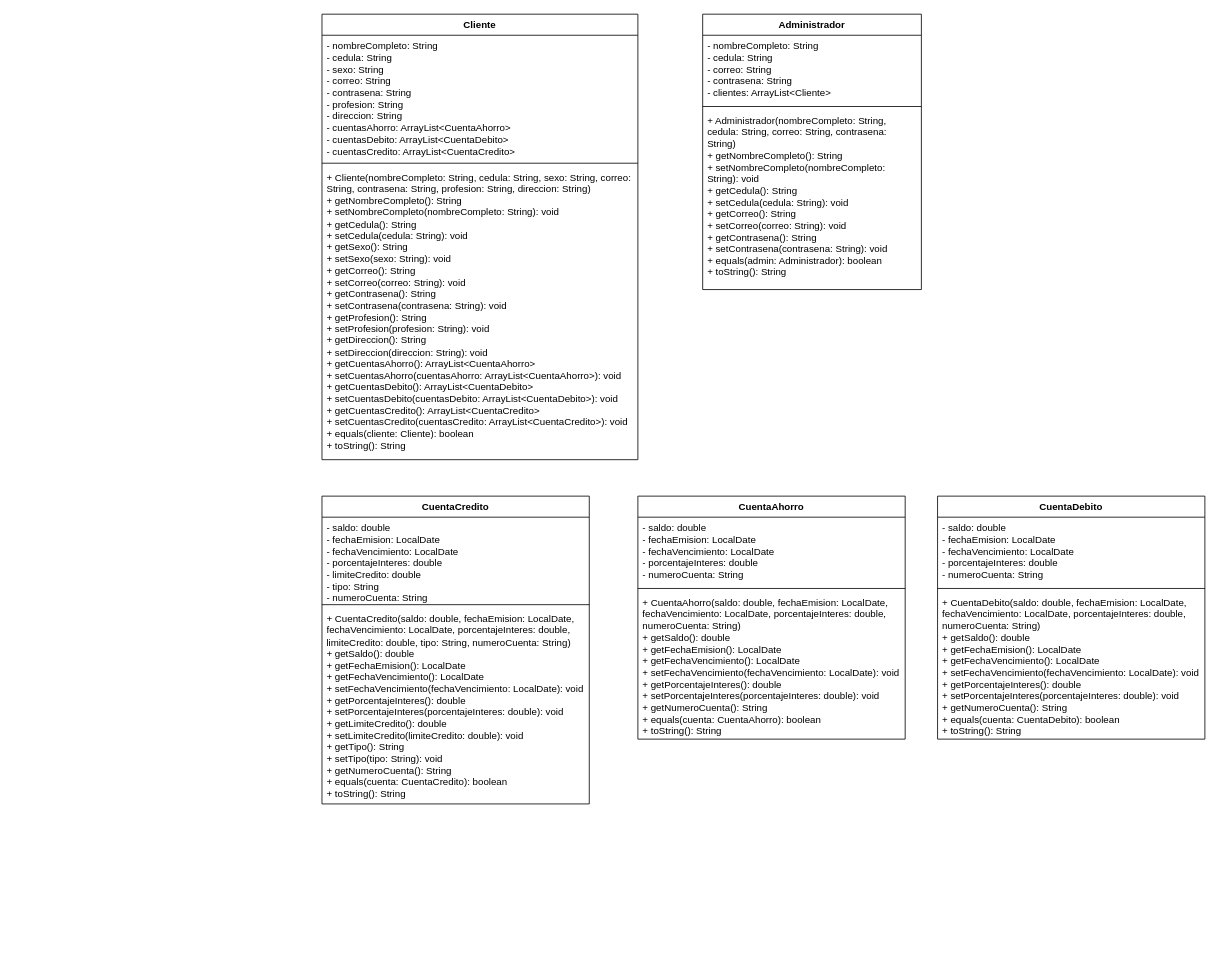
The draw.io diagram docs/Bank Account Management System UML.drawio in sa1xs/bank-account-management-system, before the edit. Source tidied: cells renumbered, new cells numbered last; positions are measured from the earlier drawing's top-left corner, leaving out a move shared by most shapes. Both pictures are drawn from the tidied source at 81%, with x=0, y=0 at pixel (322, 14).
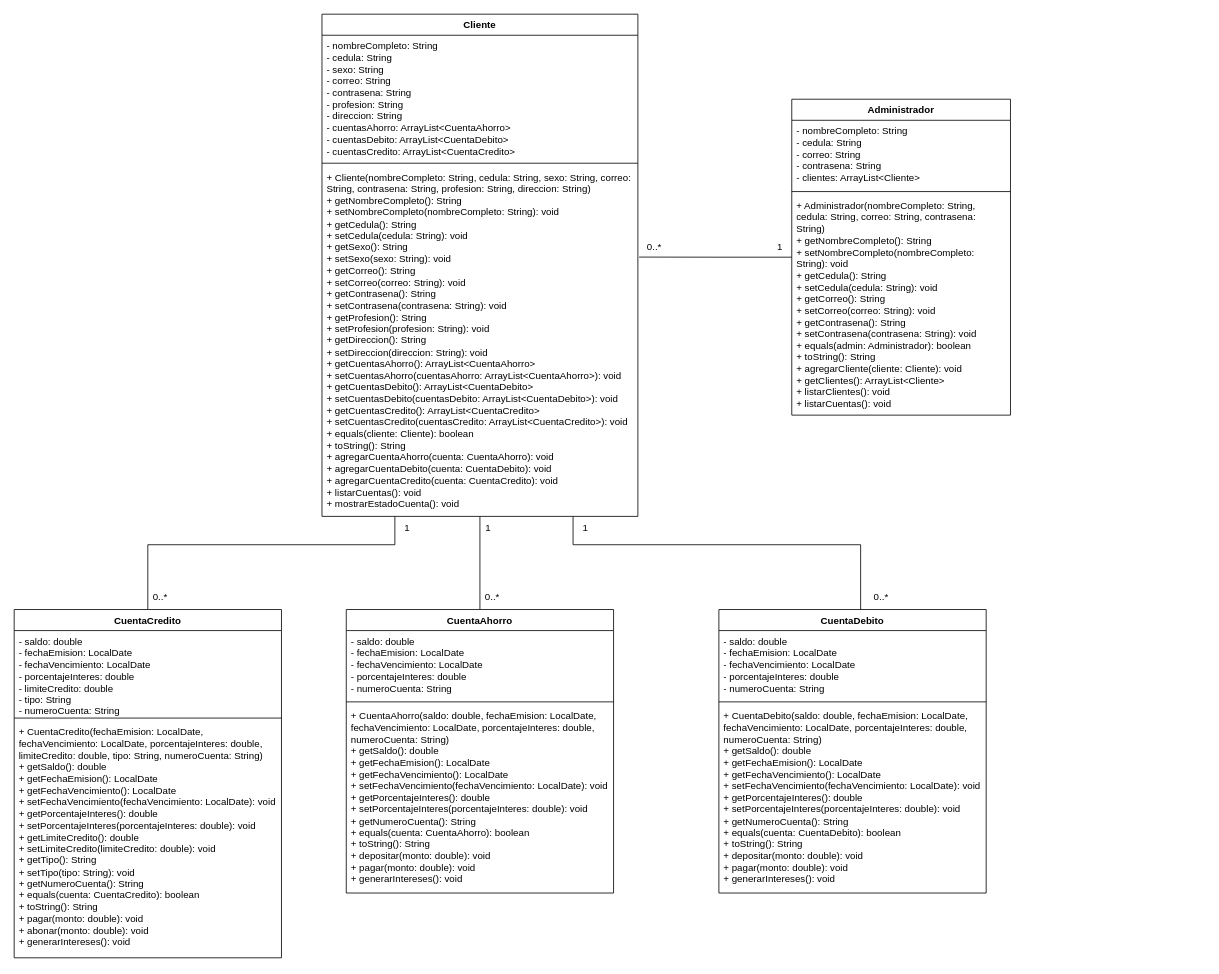
The same page after the edit.

Commit message (it also covers changes not shown here):
docs: finalize UML diagram and add PDF export

Diff of the diagram source:
```diff
@@
     <mxCell id="2" value="Administrador" style="swimlane;fontStyle=1;align=center;verticalAlign=top;horizontal=1;startSize=26;whiteSpace=wrap;html=1;" parent="1" vertex="1">
-      <mxGeometry x="470" width="270" height="340" as="geometry" />
+      <mxGeometry x="580" y="105" width="270" height="390" as="geometry" />
     </mxCell>
@@
-    <mxCell id="5" value="&lt;div&gt;+ Administrador(nombreCompleto: String, cedula: String, correo: String, contrasena: String)&lt;/div&gt;&lt;div&gt;+ getNombreCompleto(): String&lt;/div&gt;&lt;div&gt;+ setNombreCompleto(nombreCompleto: String): void&lt;/div&gt;&lt;div&gt;+ getCedula(): String&lt;/div&gt;&lt;div&gt;+ setCedula(cedula: String): void&lt;/div&gt;&lt;div&gt;+ getCorreo(): String&lt;/div&gt;&lt;div&gt;+ setCorreo(correo: String): void&lt;/div&gt;&lt;div&gt;+ getContrasena(): String&lt;/div&gt;&lt;div&gt;+ setContrasena(contrasena: String): void&lt;/div&gt;&lt;div&gt;+ equals(admin: Administrador): boolean&lt;/div&gt;&lt;div&gt;+ toString(): String&lt;/div&gt;" style="text;strokeColor=none;fillColor=none;align=left;verticalAlign=top;spacingLeft=4;spacingRight=4;overflow=hidden;whiteSpace=wrap;html=1;" parent="2" vertex="1">
-      <mxGeometry y="118" width="270" height="222" as="geometry" />
+    <mxCell id="5" value="&lt;div&gt;+ Administrador(nombreCompleto: String, cedula: String, correo: String, contrasena: String)&lt;/div&gt;&lt;div&gt;+ getNombreCompleto(): String&lt;/div&gt;&lt;div&gt;+ setNombreCompleto(nombreCompleto: String): void&lt;/div&gt;&lt;div&gt;+ getCedula(): String&lt;/div&gt;&lt;div&gt;+ setCedula(cedula: String): void&lt;/div&gt;&lt;div&gt;+ getCorreo(): String&lt;/div&gt;&lt;div&gt;+ setCorreo(correo: String): void&lt;/div&gt;&lt;div&gt;+ getContrasena(): String&lt;/div&gt;&lt;div&gt;+ setContrasena(contrasena: String): void&lt;/div&gt;&lt;div&gt;+ equals(admin: Administrador): boolean&lt;/div&gt;&lt;div&gt;+ toString(): String&lt;/div&gt;&lt;div&gt;&lt;div&gt;+ agregarCliente(cliente: Cliente): void&lt;/div&gt;&lt;div&gt;+ getClientes(): ArrayList&amp;lt;Cliente&amp;gt;&lt;/div&gt;&lt;/div&gt;&lt;div&gt;&lt;div&gt;+ listarClientes(): void&lt;/div&gt;&lt;div&gt;+ listarCuentas(): void&lt;/div&gt;&lt;/div&gt;" style="text;strokeColor=none;fillColor=none;align=left;verticalAlign=top;spacingLeft=4;spacingRight=4;overflow=hidden;whiteSpace=wrap;html=1;" parent="2" vertex="1">
+      <mxGeometry y="118" width="270" height="272" as="geometry" />
     </mxCell>
+    <mxCell id="22" style="edgeStyle=orthogonalEdgeStyle;rounded=0;jettySize=auto;html=1;entryX=0.5;entryY=0;entryDx=0;entryDy=0;endArrow=none;endFill=0;" parent="1" edge="1" source="6" target="10">
+      <mxGeometry relative="1" as="geometry">
+        <Array as="points">
+          <mxPoint x="90" y="655" />
+          <mxPoint x="-215" y="655" />
+        </Array>
+      </mxGeometry>
+    </mxCell>
+    <mxCell id="23" style="edgeStyle=orthogonalEdgeStyle;rounded=0;jettySize=auto;html=1;entryX=0.5;entryY=0;entryDx=0;entryDy=0;startArrow=none;startFill=0;endArrow=none;endFill=0;" parent="1" edge="1" source="6" target="18">
+      <mxGeometry relative="1" as="geometry" />
+    </mxCell>
     <mxCell id="6" value="Cliente" style="swimlane;fontStyle=1;align=center;verticalAlign=top;horizontal=1;startSize=26;whiteSpace=wrap;html=1;" parent="1" vertex="1">
-      <mxGeometry width="390" height="550" as="geometry" />
+      <mxGeometry width="390" height="620" as="geometry" />
     </mxCell>
@@
-    <mxCell id="9" value="&lt;div&gt;+ Cliente(nombreCompleto: String, cedula: String, sexo: String, correo: String, contrasena: String, profesion: String, direccion: String)&lt;/div&gt;&lt;div&gt;+ getNombreCompleto(): String&lt;/div&gt;&lt;div&gt;+ setNombreCompleto(nombreCompleto: String): void&lt;/div&gt;&lt;div&gt;+ getCedula(): String&lt;/div&gt;&lt;div&gt;+ setCedula(cedula: String): void&lt;/div&gt;&lt;div&gt;+ getSexo(): String&lt;/div&gt;&lt;div&gt;+ setSexo(sexo: String): void&lt;/div&gt;&lt;div&gt;+ getCorreo(): String&lt;/div&gt;&lt;div&gt;+ setCorreo(correo: String): void&lt;/div&gt;&lt;div&gt;+ getContrasena(): String&lt;/div&gt;&lt;div&gt;+ setContrasena(contrasena: String): void&lt;/div&gt;&lt;div&gt;+ getProfesion(): String&lt;/div&gt;&lt;div&gt;+ setProfesion(profesion: String): void&lt;/div&gt;&lt;div&gt;+ getDireccion(): String&lt;/div&gt;&lt;div&gt;+ setDireccion(direccion: String): void&lt;/div&gt;&lt;div&gt;+ getCuentasAhorro(): ArrayList&amp;lt;CuentaAhorro&amp;gt;&lt;/div&gt;&lt;div&gt;+ setCuentasAhorro(cuentasAhorro: ArrayList&amp;lt;CuentaAhorro&amp;gt;): void&lt;/div&gt;&lt;div&gt;+ getCuentasDebito(): ArrayList&amp;lt;CuentaDebito&amp;gt;&lt;/div&gt;&lt;div&gt;+ setCuentasDebito(cuentasDebito: ArrayList&amp;lt;CuentaDebito&amp;gt;): void&lt;/div&gt;&lt;div&gt;+ getCuentasCredito(): ArrayList&amp;lt;CuentaCredito&amp;gt;&lt;/div&gt;&lt;div&gt;+ setCuentasCredito(cuentasCredito: ArrayList&amp;lt;CuentaCredito&amp;gt;): void&lt;/div&gt;&lt;div&gt;+ equals(cliente: Cliente): boolean&lt;/div&gt;&lt;div&gt;+ toString(): String&lt;/div&gt;" style="text;strokeColor=none;fillColor=none;align=left;verticalAlign=top;spacingLeft=4;spacingRight=4;overflow=hidden;points=[[0,0.5],[1,0.5]];portConstraint=eastwest;whiteSpace=wrap;html=1;" parent="6" vertex="1">
-      <mxGeometry y="188" width="390" height="362" as="geometry" />
+    <mxCell id="9" value="&lt;div&gt;+ Cliente(nombreCompleto: String, cedula: String, sexo: String, correo: String, contrasena: String, profesion: String, direccion: String)&lt;/div&gt;&lt;div&gt;+ getNombreCompleto(): String&lt;/div&gt;&lt;div&gt;+ setNombreCompleto(nombreCompleto: String): void&lt;/div&gt;&lt;div&gt;+ getCedula(): String&lt;/div&gt;&lt;div&gt;+ setCedula(cedula: String): void&lt;/div&gt;&lt;div&gt;+ getSexo(): String&lt;/div&gt;&lt;div&gt;+ setSexo(sexo: String): void&lt;/div&gt;&lt;div&gt;+ getCorreo(): String&lt;/div&gt;&lt;div&gt;+ setCorreo(correo: String): void&lt;/div&gt;&lt;div&gt;+ getContrasena(): String&lt;/div&gt;&lt;div&gt;+ setContrasena(contrasena: String): void&lt;/div&gt;&lt;div&gt;+ getProfesion(): String&lt;/div&gt;&lt;div&gt;+ setProfesion(profesion: String): void&lt;/div&gt;&lt;div&gt;+ getDireccion(): String&lt;/div&gt;&lt;div&gt;+ setDireccion(direccion: String): void&lt;/div&gt;&lt;div&gt;+ getCuentasAhorro(): ArrayList&amp;lt;CuentaAhorro&amp;gt;&lt;/div&gt;&lt;div&gt;+ setCuentasAhorro(cuentasAhorro: ArrayList&amp;lt;CuentaAhorro&amp;gt;): void&lt;/div&gt;&lt;div&gt;+ getCuentasDebito(): ArrayList&amp;lt;CuentaDebito&amp;gt;&lt;/div&gt;&lt;div&gt;+ setCuentasDebito(cuentasDebito: ArrayList&amp;lt;CuentaDebito&amp;gt;): void&lt;/div&gt;&lt;div&gt;+ getCuentasCredito(): ArrayList&amp;lt;CuentaCredito&amp;gt;&lt;/div&gt;&lt;div&gt;+ setCuentasCredito(cuentasCredito: ArrayList&amp;lt;CuentaCredito&amp;gt;): void&lt;/div&gt;&lt;div&gt;+ equals(cliente: Cliente): boolean&lt;/div&gt;&lt;div&gt;+ toString(): String&lt;/div&gt;&lt;div&gt;&lt;div&gt;+ agregarCuentaAhorro(cuenta: CuentaAhorro): void&lt;/div&gt;&lt;div&gt;+ agregarCuentaDebito(cuenta: CuentaDebito): void&lt;/div&gt;&lt;div&gt;+ agregarCuentaCredito(cuenta: CuentaCredito): void&lt;/div&gt;&lt;/div&gt;&lt;div&gt;+ listarCuentas(): void&lt;/div&gt;&lt;div&gt;+ mostrarEstadoCuenta(): void&lt;/div&gt;" style="text;strokeColor=none;fillColor=none;align=left;verticalAlign=top;spacingLeft=4;spacingRight=4;overflow=hidden;points=[[0,0.5],[1,0.5]];portConstraint=eastwest;whiteSpace=wrap;html=1;" parent="6" vertex="1">
+      <mxGeometry y="188" width="390" height="432" as="geometry" />
     </mxCell>
     <mxCell id="10" value="CuentaCredito" style="swimlane;fontStyle=1;align=center;verticalAlign=top;horizontal=1;startSize=26;whiteSpace=wrap;html=1;" parent="1" vertex="1">
-      <mxGeometry y="595" width="330" height="380" as="geometry" />
+      <mxGeometry x="-380" y="735" width="330" height="430" as="geometry" />
     </mxCell>
@@
-    <mxCell id="13" value="&lt;div&gt;+ CuentaCredito(saldo: double, fechaEmision: LocalDate, fechaVencimiento: LocalDate, porcentajeInteres: double, limiteCredito: double, tipo: String, numeroCuenta: String)&lt;/div&gt;&lt;div&gt;+ getSaldo(): double&lt;/div&gt;&lt;div&gt;+ getFechaEmision(): LocalDate&lt;/div&gt;&lt;div&gt;+ getFechaVencimiento(): LocalDate&lt;/div&gt;&lt;div&gt;+ setFechaVencimiento(fechaVencimiento: LocalDate): void&lt;/div&gt;&lt;div&gt;+ getPorcentajeInteres(): double&lt;/div&gt;&lt;div&gt;+ setPorcentajeInteres(porcentajeInteres: double): void&lt;/div&gt;&lt;div&gt;+ getLimiteCredito(): double&lt;/div&gt;&lt;div&gt;+ setLimiteCredito(limiteCredito: double): void&lt;/div&gt;&lt;div&gt;+ getTipo(): String&lt;/div&gt;&lt;div&gt;+ setTipo(tipo: String): void&lt;/div&gt;&lt;div&gt;+ getNumeroCuenta(): String&lt;/div&gt;&lt;div&gt;+ equals(cuenta: CuentaCredito): boolean&lt;/div&gt;&lt;div&gt;+ toString(): String&lt;/div&gt;" style="text;strokeColor=none;fillColor=none;align=left;verticalAlign=top;spacingLeft=4;spacingRight=4;overflow=hidden;whiteSpace=wrap;html=1;" parent="10" vertex="1">
-      <mxGeometry y="138" width="330" height="242" as="geometry" />
+    <mxCell id="13" value="&lt;div&gt;+ CuentaCredito(fechaEmision: LocalDate, fechaVencimiento: LocalDate, porcentajeInteres: double, limiteCredito: double, tipo: String, numeroCuenta: String)&lt;/div&gt;&lt;div&gt;+ getSaldo(): double&lt;/div&gt;&lt;div&gt;+ getFechaEmision(): LocalDate&lt;/div&gt;&lt;div&gt;+ getFechaVencimiento(): LocalDate&lt;/div&gt;&lt;div&gt;+ setFechaVencimiento(fechaVencimiento: LocalDate): void&lt;/div&gt;&lt;div&gt;+ getPorcentajeInteres(): double&lt;/div&gt;&lt;div&gt;+ setPorcentajeInteres(porcentajeInteres: double): void&lt;/div&gt;&lt;div&gt;+ getLimiteCredito(): double&lt;/div&gt;&lt;div&gt;+ setLimiteCredito(limiteCredito: double): void&lt;/div&gt;&lt;div&gt;+ getTipo(): String&lt;/div&gt;&lt;div&gt;+ setTipo(tipo: String): void&lt;/div&gt;&lt;div&gt;+ getNumeroCuenta(): String&lt;/div&gt;&lt;div&gt;+ equals(cuenta: CuentaCredito): boolean&lt;/div&gt;&lt;div&gt;+ toString(): String&lt;/div&gt;&lt;div&gt;&lt;div&gt;+ pagar(monto: double): void&lt;/div&gt;&lt;div&gt;+ abonar(monto: double): void&lt;/div&gt;&lt;div&gt;+ generarIntereses(): void&lt;/div&gt;&lt;/div&gt;" style="text;strokeColor=none;fillColor=none;align=left;verticalAlign=top;spacingLeft=4;spacingRight=4;overflow=hidden;whiteSpace=wrap;html=1;" parent="10" vertex="1">
+      <mxGeometry y="138" width="330" height="292" as="geometry" />
     </mxCell>
     <mxCell id="14" value="CuentaDebito" style="swimlane;fontStyle=1;align=center;verticalAlign=top;horizontal=1;startSize=26;whiteSpace=wrap;html=1;" parent="1" vertex="1">
-      <mxGeometry x="760" y="595" width="330" height="300" as="geometry" />
+      <mxGeometry x="490" y="735" width="330" height="350" as="geometry" />
     </mxCell>
@@
-    <mxCell id="17" value="&lt;div&gt;+ CuentaDebito(saldo: double, fechaEmision: LocalDate, fechaVencimiento: LocalDate, porcentajeInteres: double, numeroCuenta: String)&lt;/div&gt;&lt;div&gt;+ getSaldo(): double&lt;/div&gt;&lt;div&gt;+ getFechaEmision(): LocalDate&lt;/div&gt;&lt;div&gt;+ getFechaVencimiento(): LocalDate&lt;/div&gt;&lt;div&gt;+ setFechaVencimiento(fechaVencimiento: LocalDate): void&lt;/div&gt;&lt;div&gt;+ getPorcentajeInteres(): double&lt;/div&gt;&lt;div&gt;+ setPorcentajeInteres(porcentajeInteres: double): void&lt;/div&gt;&lt;div&gt;+ getNumeroCuenta(): String&lt;/div&gt;&lt;div&gt;+ equals(cuenta: CuentaDebito): boolean&lt;/div&gt;&lt;div&gt;+ toString(): String&lt;/div&gt;" style="text;strokeColor=none;fillColor=none;align=left;verticalAlign=top;spacingLeft=4;spacingRight=4;overflow=hidden;whiteSpace=wrap;html=1;" parent="14" vertex="1">
-      <mxGeometry y="118" width="330" height="182" as="geometry" />
+    <mxCell id="17" value="&lt;div&gt;+ CuentaDebito(saldo: double, fechaEmision: LocalDate, fechaVencimiento: LocalDate, porcentajeInteres: double, numeroCuenta: String)&lt;/div&gt;&lt;div&gt;+ getSaldo(): double&lt;/div&gt;&lt;div&gt;+ getFechaEmision(): LocalDate&lt;/div&gt;&lt;div&gt;+ getFechaVencimiento(): LocalDate&lt;/div&gt;&lt;div&gt;+ setFechaVencimiento(fechaVencimiento: LocalDate): void&lt;/div&gt;&lt;div&gt;+ getPorcentajeInteres(): double&lt;/div&gt;&lt;div&gt;+ setPorcentajeInteres(porcentajeInteres: double): void&lt;/div&gt;&lt;div&gt;+ getNumeroCuenta(): String&lt;/div&gt;&lt;div&gt;+ equals(cuenta: CuentaDebito): boolean&lt;/div&gt;&lt;div&gt;+ toString(): String&lt;/div&gt;&lt;div&gt;&lt;div&gt;+ depositar(monto: double): void&lt;/div&gt;&lt;div&gt;+ pagar(monto: double): void&lt;/div&gt;&lt;div&gt;+ generarIntereses(): void&lt;/div&gt;&lt;/div&gt;" style="text;strokeColor=none;fillColor=none;align=left;verticalAlign=top;spacingLeft=4;spacingRight=4;overflow=hidden;whiteSpace=wrap;html=1;" parent="14" vertex="1">
+      <mxGeometry y="118" width="330" height="232" as="geometry" />
     </mxCell>
     <mxCell id="18" value="CuentaAhorro" style="swimlane;fontStyle=1;align=center;verticalAlign=top;horizontal=1;startSize=26;whiteSpace=wrap;html=1;" parent="1" vertex="1">
-      <mxGeometry x="390" y="595" width="330" height="300" as="geometry" />
+      <mxGeometry x="30" y="735" width="330" height="350" as="geometry" />
     </mxCell>
@@
-    <mxCell id="21" value="&lt;div&gt;+ CuentaAhorro(saldo: double, fechaEmision: LocalDate, fechaVencimiento: LocalDate, porcentajeInteres: double, numeroCuenta: String)&lt;/div&gt;&lt;div&gt;+ getSaldo(): double&lt;/div&gt;&lt;div&gt;+ getFechaEmision(): LocalDate&lt;/div&gt;&lt;div&gt;+ getFechaVencimiento(): LocalDate&lt;/div&gt;&lt;div&gt;+ setFechaVencimiento(fechaVencimiento: LocalDate): void&lt;/div&gt;&lt;div&gt;+ getPorcentajeInteres(): double&lt;/div&gt;&lt;div&gt;+ setPorcentajeInteres(porcentajeInteres: double): void&lt;/div&gt;&lt;div&gt;+ getNumeroCuenta(): String&lt;/div&gt;&lt;div&gt;+ equals(cuenta: CuentaAhorro): boolean&lt;/div&gt;&lt;div&gt;+ toString(): String&lt;/div&gt;" style="text;strokeColor=none;fillColor=none;align=left;verticalAlign=top;spacingLeft=4;spacingRight=4;overflow=hidden;whiteSpace=wrap;html=1;" parent="18" vertex="1">
-      <mxGeometry y="118" width="330" height="182" as="geometry" />
+    <mxCell id="21" value="&lt;div&gt;+ CuentaAhorro(saldo: double, fechaEmision: LocalDate, fechaVencimiento: LocalDate, porcentajeInteres: double, numeroCuenta: String)&lt;/div&gt;&lt;div&gt;+ getSaldo(): double&lt;/div&gt;&lt;div&gt;+ getFechaEmision(): LocalDate&lt;/div&gt;&lt;div&gt;+ getFechaVencimiento(): LocalDate&lt;/div&gt;&lt;div&gt;+ setFechaVencimiento(fechaVencimiento: LocalDate): void&lt;/div&gt;&lt;div&gt;+ getPorcentajeInteres(): double&lt;/div&gt;&lt;div&gt;+ setPorcentajeInteres(porcentajeInteres: double): void&lt;/div&gt;&lt;div&gt;+ getNumeroCuenta(): String&lt;/div&gt;&lt;div&gt;+ equals(cuenta: CuentaAhorro): boolean&lt;/div&gt;&lt;div&gt;+ toString(): String&lt;/div&gt;&lt;div&gt;&lt;div&gt;+ depositar(monto: double): void&lt;/div&gt;&lt;div&gt;+ pagar(monto: double): void&lt;/div&gt;&lt;div&gt;+ generarIntereses(): void&lt;/div&gt;&lt;/div&gt;" style="text;strokeColor=none;fillColor=none;align=left;verticalAlign=top;spacingLeft=4;spacingRight=4;overflow=hidden;whiteSpace=wrap;html=1;" parent="18" vertex="1">
+      <mxGeometry y="118" width="330" height="232" as="geometry" />
     </mxCell>
+    <mxCell id="24" style="edgeStyle=orthogonalEdgeStyle;rounded=0;jettySize=auto;html=1;entryX=1.004;entryY=0.259;entryDx=0;entryDy=0;entryPerimeter=0;endArrow=none;endFill=0;" parent="1" edge="1" source="2" target="9">
+      <mxGeometry relative="1" as="geometry" />
+    </mxCell>
+    <mxCell id="25" value="0..*" style="text;html=1;align=center;verticalAlign=middle;strokeColor=none;fillColor=none;" parent="1" vertex="1">
+      <mxGeometry x="390" y="273" width="40" height="30" as="geometry" />
+    </mxCell>
+    <mxCell id="26" value="1" style="text;html=1;align=center;verticalAlign=middle;strokeColor=none;fillColor=none;" parent="1" vertex="1">
+      <mxGeometry x="550" y="273" width="30" height="30" as="geometry" />
+    </mxCell>
+    <mxCell id="27" style="edgeStyle=orthogonalEdgeStyle;rounded=0;jettySize=auto;html=1;endArrow=none;endFill=0;" parent="1" edge="1" source="9" target="14">
+      <mxGeometry relative="1" as="geometry">
+        <Array as="points">
+          <mxPoint x="310" y="655" />
+          <mxPoint x="665" y="655" />
+        </Array>
+      </mxGeometry>
+    </mxCell>
+    <mxCell id="28" value="1" style="text;html=1;align=center;verticalAlign=middle;strokeColor=none;fillColor=none;" parent="1" vertex="1">
+      <mxGeometry x="90" y="620" width="30" height="30" as="geometry" />
+    </mxCell>
+    <mxCell id="29" value="1" style="text;html=1;align=center;verticalAlign=middle;strokeColor=none;fillColor=none;" parent="1" vertex="1">
+      <mxGeometry x="310" y="620" width="30" height="30" as="geometry" />
+    </mxCell>
+    <mxCell id="30" value="1" style="text;html=1;align=center;verticalAlign=middle;strokeColor=none;fillColor=none;" parent="1" vertex="1">
+      <mxGeometry x="190" y="620" width="30" height="30" as="geometry" />
+    </mxCell>
+    <mxCell id="31" value="0..*" style="text;html=1;align=center;verticalAlign=middle;strokeColor=none;fillColor=none;" parent="1" vertex="1">
+      <mxGeometry x="-220" y="705" width="40" height="30" as="geometry" />
+    </mxCell>
+    <mxCell id="32" value="0..*" style="text;html=1;align=center;verticalAlign=middle;strokeColor=none;fillColor=none;" parent="1" vertex="1">
+      <mxGeometry x="190" y="705" width="40" height="30" as="geometry" />
+    </mxCell>
+    <mxCell id="33" value="0..*" style="text;html=1;align=center;verticalAlign=middle;strokeColor=none;fillColor=none;" parent="1" vertex="1">
+      <mxGeometry x="670" y="705" width="40" height="30" as="geometry" />
+    </mxCell>
```
